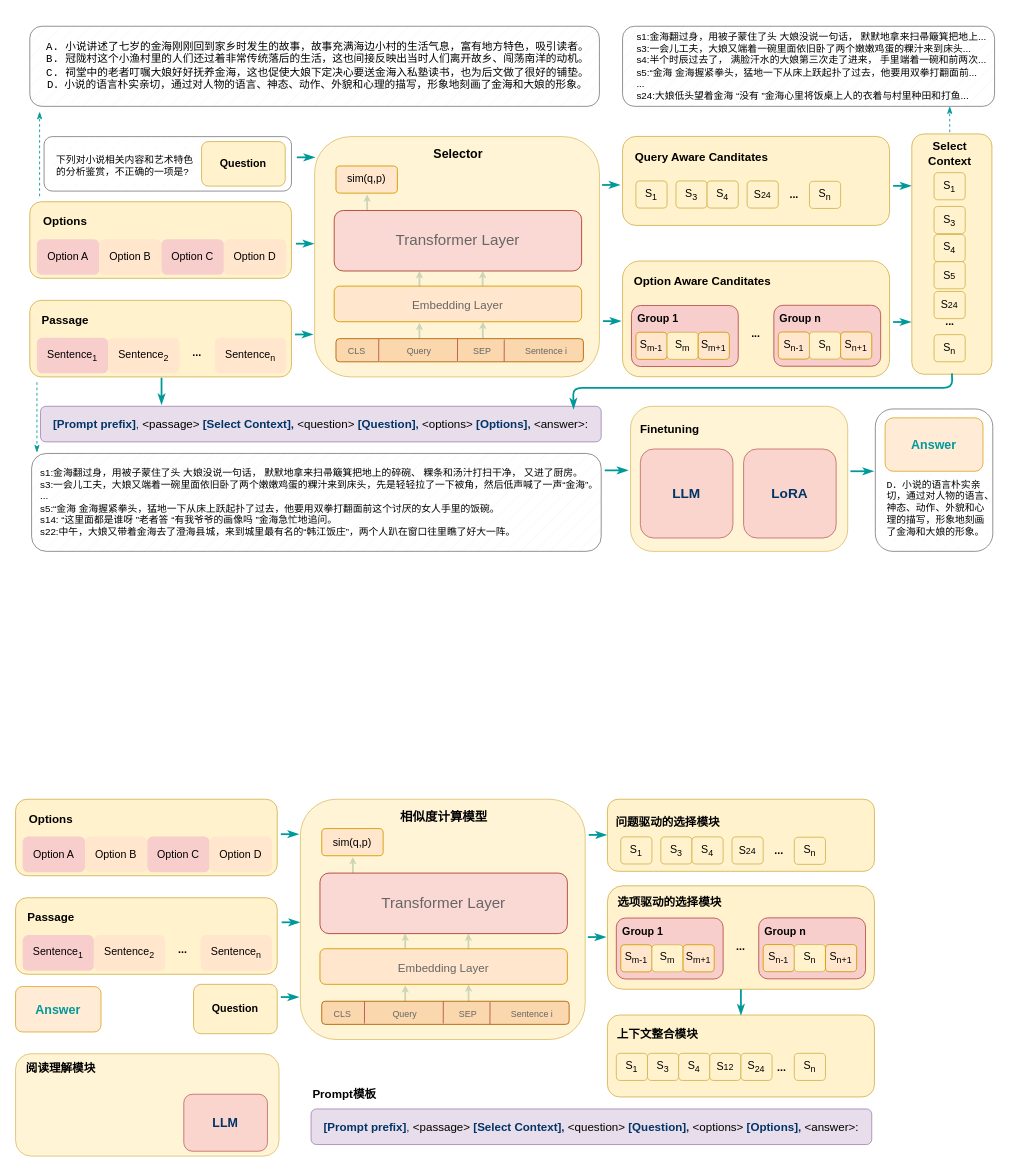
Above: page "option-1" (9 of 13) of research.drawio in Asimok/draw (draw.io), before the change. Source tidied: cells renumbered, new cells numbered last; positions are measured from the earlier drawing's top-left corner, leaving out a move shared by most shapes. Both pictures are drawn from the tidied source at 89%, with x=0, y=0 at pixel (15, 15).
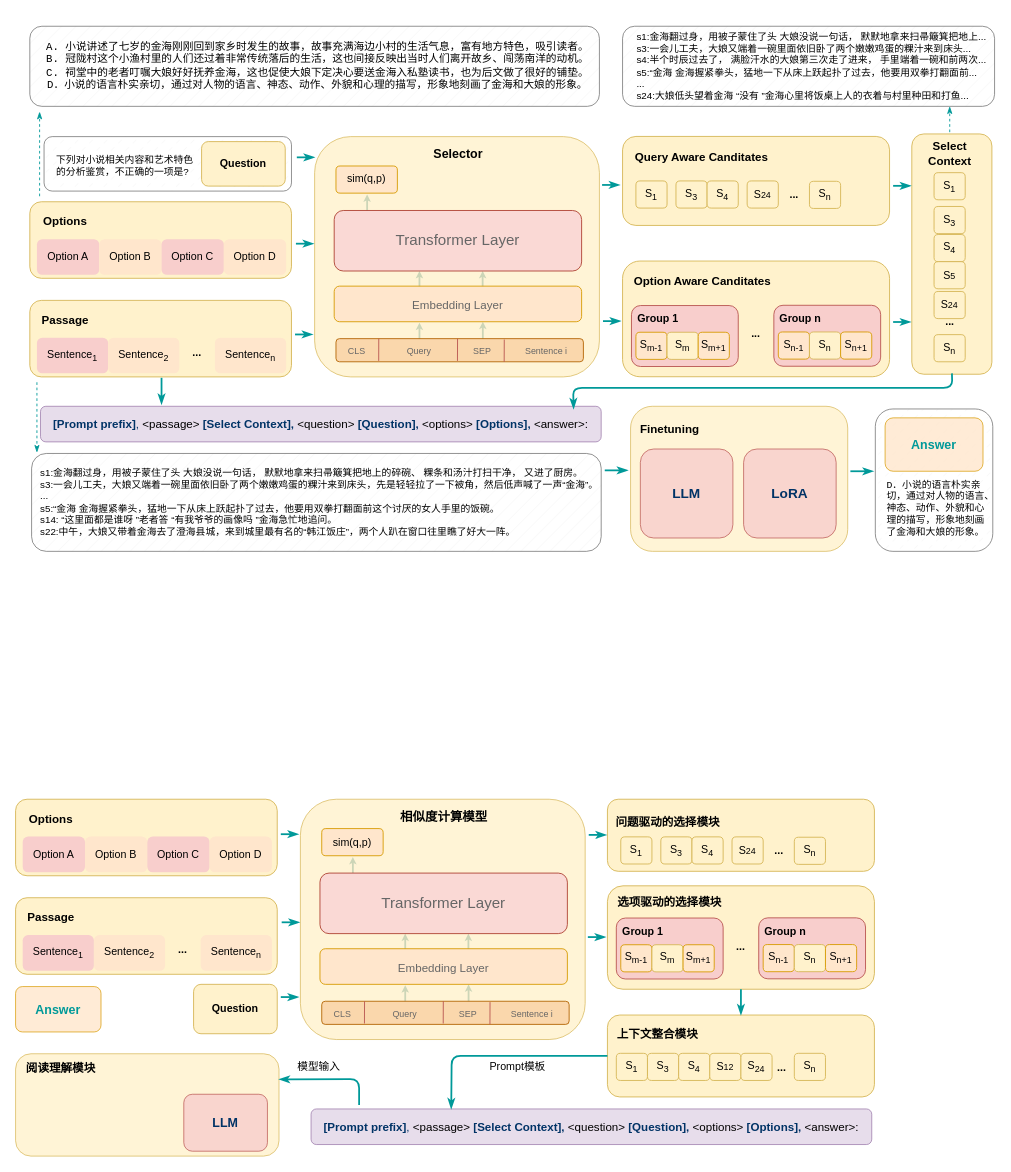
After the change.

Unchanged cells that the change refers to:
```xml
<mxCell id="133" style="rounded=1;whiteSpace=wrap;html=1;fillColor=#fff2cc;strokeColor=#d6b656;" parent="1" vertex="1">
  <mxGeometry x="665" y="1123" width="300" height="92" as="geometry" />
</mxCell>
<mxCell id="152" value="&lt;div style=&quot;font-size: 15.360001px;&quot;&gt;&lt;div style=&quot;font-size: 15.360001px;&quot; class=&quot;old-record-id-Yy6udGUAGoeq4YxWGWgc8CmznAh&quot;&gt;&lt;div&gt;&lt;div class=&quot;old-record-id-LsEKdqQSworhZmxPmoCcQG5mnKg&quot; style=&quot;&quot;&gt;&lt;div style=&quot;font-size: 13px;&quot;&gt;&lt;div class=&quot;ace-line ace-line old-record-id-AMYidXnhoo489fxQ9qdcv3c9nPg&quot;&gt;&lt;font style=&quot;border-color: var(--border-color); font-size: 13px;&quot; color=&quot;#003366&quot;&gt;&lt;b style=&quot;border-color: var(--border-color);&quot;&gt;[Prompt prefix]&lt;/b&gt;,&amp;nbsp;&lt;/font&gt;&amp;lt;passage&amp;gt;&amp;nbsp;&lt;b style=&quot;border-color: var(--border-color);&quot;&gt;&lt;font style=&quot;border-color: var(--border-color); font-size: 13px;&quot; color=&quot;#003366&quot;&gt;[Select Context],&amp;nbsp;&lt;/font&gt;&lt;/b&gt;&amp;lt;question&amp;gt;&amp;nbsp;&lt;b style=&quot;border-color: var(--border-color);&quot;&gt;&lt;font style=&quot;border-color: var(--border-color); font-size: 13px;&quot; color=&quot;#003366&quot;&gt;[Question],&amp;nbsp;&lt;/font&gt;&lt;/b&gt;&amp;lt;options&amp;gt;&lt;font style=&quot;border-color: var(--border-color); font-size: 13px;&quot; color=&quot;#003366&quot;&gt;&lt;b style=&quot;border-color: var(--border-color);&quot;&gt;&amp;nbsp;[Options],&lt;/b&gt;&amp;nbsp;&lt;/font&gt;&amp;lt;answer&amp;gt;:&lt;br&gt;&lt;/div&gt;&lt;/div&gt;&lt;/div&gt;&lt;/div&gt;&lt;/div&gt;&lt;/div&gt;" style="rounded=1;whiteSpace=wrap;html=1;fillColor=#e1d5e7;strokeColor=#9673a6;shadow=0;glass=0;labelBackgroundColor=none;fillStyle=auto;opacity=80;" parent="1" vertex="1">
  <mxGeometry x="332" y="1228.5" width="630" height="40" as="geometry" />
</mxCell>
<mxCell id="158" value="&lt;div style=&quot;font-size: 15.360001px;&quot;&gt;&lt;div style=&quot;font-size: 15.360001px;&quot; class=&quot;old-record-id-Yy6udGUAGoeq4YxWGWgc8CmznAh&quot;&gt;&lt;div&gt;&lt;div class=&quot;old-record-id-LsEKdqQSworhZmxPmoCcQG5mnKg&quot; style=&quot;&quot;&gt;&lt;div&gt;&lt;div class=&quot;ace-line ace-line old-record-id-AMYidXnhoo489fxQ9qdcv3c9nPg&quot;&gt;&lt;br&gt;&lt;/div&gt;&lt;/div&gt;&lt;/div&gt;&lt;/div&gt;&lt;/div&gt;&lt;/div&gt;" style="rounded=1;whiteSpace=wrap;html=1;fillColor=#fff2cc;strokeColor=#d6b656;shadow=0;glass=0;labelBackgroundColor=none;fillStyle=auto;opacity=80;" parent="1" vertex="1">
  <mxGeometry y="1166.5" width="296" height="115" as="geometry" />
</mxCell>
```

Diff of the diagram source:
```diff
@@
-    <mxCell id="162" value="&lt;div style=&quot;&quot;&gt;&lt;b style=&quot;background-color: initial; border-color: var(--border-color);&quot;&gt;&lt;font style=&quot;border-color: var(--border-color); font-size: 13px;&quot;&gt;Prompt模板&lt;/font&gt;&lt;/b&gt;&lt;/div&gt;" style="text;html=1;strokeColor=none;fillColor=none;align=left;verticalAlign=middle;whiteSpace=wrap;rounded=0;" parent="1" vertex="1">
-      <mxGeometry x="332" y="1195.5" width="160" height="33" as="geometry" />
+    <mxCell id="162" value="&lt;div style=&quot;&quot;&gt;&lt;span style=&quot;background-color: initial; border-color: var(--border-color);&quot;&gt;&lt;font style=&quot;border-color: var(--border-color); font-size: 12px;&quot;&gt;Prompt模板&lt;/font&gt;&lt;/span&gt;&lt;/div&gt;" style="text;html=1;strokeColor=none;fillColor=none;align=left;verticalAlign=middle;whiteSpace=wrap;rounded=0;" parent="1" vertex="1">
+      <mxGeometry x="531" y="1164.8" width="160" height="33" as="geometry" />
     </mxCell>
@@
+    <mxCell id="166" style="endArrow=classicThin;html=1;rounded=1;strokeWidth=2;endFill=1;strokeColor=#009999;exitX=0;exitY=0.5;exitDx=0;exitDy=0;entryX=0.25;entryY=0;entryDx=0;entryDy=0;" parent="1" edge="1" source="133" target="152">
+      <mxGeometry relative="1" as="geometry">
+        <Array as="points">
+          <mxPoint x="490" y="1169" />
+        </Array>
+      </mxGeometry>
+    </mxCell>
+    <mxCell id="167" style="endArrow=classicThin;html=1;rounded=1;strokeWidth=2;endFill=1;strokeColor=#009999;entryX=1;entryY=0.25;entryDx=0;entryDy=0;" parent="1" edge="1" target="158">
+      <mxGeometry relative="1" as="geometry">
+        <mxPoint x="386" y="1224" as="sourcePoint" />
+        <Array as="points">
+          <mxPoint x="386" y="1195" />
+        </Array>
+      </mxGeometry>
+    </mxCell>
+    <mxCell id="168" value="&lt;div style=&quot;&quot;&gt;&lt;span style=&quot;background-color: initial; border-color: var(--border-color);&quot;&gt;&lt;font style=&quot;border-color: var(--border-color); font-size: 12px;&quot;&gt;模型输入&lt;/font&gt;&lt;/span&gt;&lt;/div&gt;" style="text;html=1;strokeColor=none;fillColor=none;align=left;verticalAlign=middle;whiteSpace=wrap;rounded=0;" parent="1" vertex="1">
+      <mxGeometry x="314.5" y="1164.8" width="160" height="33" as="geometry" />
+    </mxCell>
```
